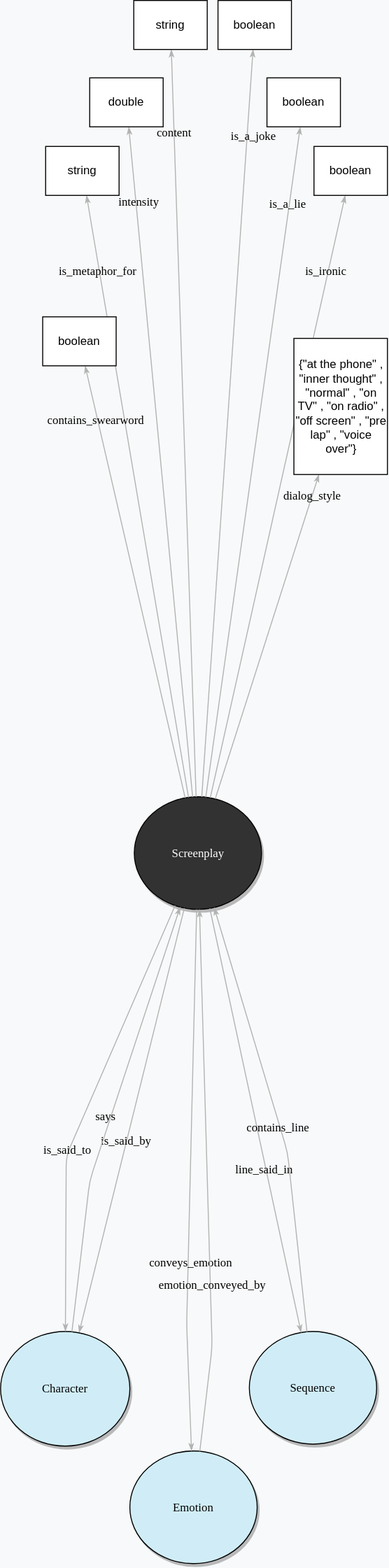
This is img/drawioscreenplay2.svg from Chantallengua/focal, a draw.io export, as it was before one commit. Source tidied: cells renumbered, new cells last; positions are measured from the earlier drawing's top-left corner, leaving out a move shared by most shapes. Source of this version:
```xml
<mxGraphModel background="#F8F9FA">
  <root>
    <mxCell id="0" />
    <mxCell id="1" parent="0" />
    <mxCell id="2" value="&lt;font color=&quot;#ffffff&quot;&gt;Screenplay&lt;/font&gt;" style="ellipse;whiteSpace=wrap;html=1;rounded=0;shadow=1;comic=0;labelBackgroundColor=none;strokeWidth=1;fontFamily=Verdana;fontSize=12;align=center;fillColor=#323232;" parent="1" vertex="1">
      <mxGeometry x="136.5" y="813" width="130" height="115" as="geometry" />
    </mxCell>
    <mxCell id="3" value="content" style="edgeStyle=none;rounded=1;html=1;labelBackgroundColor=none;startArrow=none;startFill=0;startSize=5;endArrow=classicThin;endFill=1;endSize=5;jettySize=auto;strokeColor=#B3B3B3;strokeWidth=1;fontFamily=Verdana;fontSize=12;" parent="1" edge="1" source="2" target="11">
      <mxGeometry x="0.78" relative="1" as="geometry" />
    </mxCell>
    <mxCell id="4" value="is_ironic" style="edgeStyle=none;rounded=1;html=1;labelBackgroundColor=none;startArrow=none;startFill=0;startSize=5;endArrow=classicThin;endFill=1;endSize=5;jettySize=auto;strokeColor=#B3B3B3;strokeWidth=1;fontFamily=Verdana;fontSize=12;" parent="1" edge="1" source="2" target="5">
      <mxGeometry x="0.74" y="2" relative="1" as="geometry" />
    </mxCell>
    <mxCell id="5" value="boolean" style="rounded=0;whiteSpace=wrap;html=1;" parent="1" vertex="1">
      <mxGeometry x="320" y="149" width="75" height="50" as="geometry" />
    </mxCell>
    <mxCell id="6" value="Emotion" style="ellipse;whiteSpace=wrap;html=1;rounded=0;shadow=1;comic=0;labelBackgroundColor=none;strokeWidth=1;fontFamily=Verdana;fontSize=12;align=center;fillColor=#D0EDF7;" parent="1" vertex="1">
      <mxGeometry x="132" y="1481" width="130" height="115" as="geometry" />
    </mxCell>
    <mxCell id="7" value="is_said_by" style="edgeStyle=none;rounded=1;html=1;labelBackgroundColor=none;startArrow=none;startFill=0;startSize=5;endArrow=classicThin;endFill=1;endSize=5;jettySize=auto;strokeColor=#B3B3B3;strokeWidth=1;fontFamily=Verdana;fontSize=12;" parent="1" edge="1" source="2" target="16">
      <mxGeometry x="0.1" relative="1" as="geometry" />
    </mxCell>
    <mxCell id="8" value="is_a_joke" style="edgeStyle=none;rounded=1;html=1;labelBackgroundColor=none;startArrow=none;startFill=0;startSize=5;endArrow=classicThin;endFill=1;endSize=5;jettySize=auto;strokeColor=#B3B3B3;strokeWidth=1;fontFamily=Verdana;fontSize=12;" parent="1" edge="1" source="2" target="12">
      <mxGeometry x="0.77" y="-6" relative="1" as="geometry">
        <mxPoint y="1" as="offset" />
      </mxGeometry>
    </mxCell>
    <mxCell id="9" value="is_a_lie" style="edgeStyle=none;rounded=1;html=1;labelBackgroundColor=none;startArrow=none;startFill=0;startSize=5;endArrow=classicThin;endFill=1;endSize=5;jettySize=auto;strokeColor=#B3B3B3;strokeWidth=1;fontFamily=Verdana;fontSize=12;" parent="1" edge="1" source="2" target="10">
      <mxGeometry x="0.77" y="2" relative="1" as="geometry" />
    </mxCell>
    <mxCell id="10" value="boolean" style="rounded=0;whiteSpace=wrap;html=1;" parent="1" vertex="1">
      <mxGeometry x="272" y="79" width="75" height="50" as="geometry" />
    </mxCell>
    <mxCell id="11" value="string" style="rounded=0;whiteSpace=wrap;html=1;" parent="1" vertex="1">
      <mxGeometry x="136" width="75" height="50" as="geometry" />
    </mxCell>
    <mxCell id="12" value="boolean" style="rounded=0;whiteSpace=wrap;html=1;" parent="1" vertex="1">
      <mxGeometry x="222" width="75" height="50" as="geometry" />
    </mxCell>
    <mxCell id="13" value="conveys_emotion" style="edgeStyle=none;rounded=1;html=1;labelBackgroundColor=none;startArrow=none;startFill=0;startSize=5;endArrow=classicThin;endFill=1;endSize=5;jettySize=auto;strokeColor=#B3B3B3;strokeWidth=1;fontFamily=Verdana;fontSize=12;" parent="1" edge="1" source="2" target="6">
      <mxGeometry x="0.3" y="2" relative="1" as="geometry">
        <Array as="points">
          <mxPoint x="190" y="1352" />
        </Array>
      </mxGeometry>
    </mxCell>
    <mxCell id="14" value="Sequence" style="ellipse;whiteSpace=wrap;html=1;rounded=0;shadow=1;comic=0;labelBackgroundColor=none;strokeWidth=1;fontFamily=Verdana;fontSize=12;align=center;fillColor=#D0EDF7;" parent="1" vertex="1">
      <mxGeometry x="254" y="1359" width="130" height="115" as="geometry" />
    </mxCell>
    <mxCell id="15" value="line_said_in" style="edgeStyle=none;rounded=1;html=1;labelBackgroundColor=none;startArrow=none;startFill=0;startSize=5;endArrow=classicThin;endFill=1;endSize=5;jettySize=auto;strokeColor=#B3B3B3;strokeWidth=1;fontFamily=Verdana;fontSize=12;" parent="1" edge="1" source="2" target="14">
      <mxGeometry x="0.24" y="-2" relative="1" as="geometry">
        <mxPoint y="-1" as="offset" />
      </mxGeometry>
    </mxCell>
    <mxCell id="16" value="Character" style="ellipse;whiteSpace=wrap;html=1;rounded=0;shadow=1;comic=0;labelBackgroundColor=none;strokeWidth=1;fontFamily=Verdana;fontSize=12;align=center;fillColor=#D0EDF7;" parent="1" vertex="1">
      <mxGeometry y="1359" width="132" height="117" as="geometry" />
    </mxCell>
    <mxCell id="17" value="intensity" style="edgeStyle=none;rounded=1;html=1;labelBackgroundColor=none;startArrow=none;startFill=0;startSize=5;endArrow=classicThin;endFill=1;endSize=5;jettySize=auto;strokeColor=#B3B3B3;strokeWidth=1;fontFamily=Verdana;fontSize=12;" parent="1" edge="1" source="2" target="18">
      <mxGeometry x="0.77" y="-3" relative="1" as="geometry" />
    </mxCell>
    <mxCell id="18" value="double" style="rounded=0;whiteSpace=wrap;html=1;" parent="1" vertex="1">
      <mxGeometry x="91" y="79" width="75" height="50" as="geometry" />
    </mxCell>
    <mxCell id="19" value="dialog_style" style="edgeStyle=none;rounded=1;html=1;labelBackgroundColor=none;startArrow=none;startFill=0;startSize=5;endArrow=classicThin;endFill=1;endSize=5;jettySize=auto;strokeColor=#B3B3B3;strokeWidth=1;fontFamily=Verdana;fontSize=12;" parent="1" edge="1" source="2" target="20">
      <mxGeometry x="0.87" relative="1" as="geometry" />
    </mxCell>
    <mxCell id="20" value="{&quot;at the phone&quot; , &quot;inner thought&quot; , &quot;normal&quot; , &quot;on TV&quot; , &quot;on radio&quot; , &quot;off screen&quot; , &quot;pre lap&quot; , &quot;voice over&quot;}" style="rounded=0;whiteSpace=wrap;html=1;" parent="1" vertex="1">
      <mxGeometry x="299.5" y="345" width="95.5" height="139" as="geometry" />
    </mxCell>
    <mxCell id="21" value="is_metaphor_for" style="edgeStyle=none;rounded=1;html=1;labelBackgroundColor=none;startArrow=none;startFill=0;startSize=5;endArrow=classicThin;endFill=1;endSize=5;jettySize=auto;strokeColor=#B3B3B3;strokeWidth=1;fontFamily=Verdana;fontSize=12;" parent="1" edge="1" source="2" target="22">
      <mxGeometry x="0.75" y="2" relative="1" as="geometry" />
    </mxCell>
    <mxCell id="22" value="string" style="rounded=0;whiteSpace=wrap;html=1;" parent="1" vertex="1">
      <mxGeometry x="46" y="149" width="75" height="50" as="geometry" />
    </mxCell>
    <mxCell id="23" value="emotion_conveyed_by" style="edgeStyle=none;rounded=1;html=1;labelBackgroundColor=none;startArrow=none;startFill=0;startSize=5;endArrow=classicThin;endFill=1;endSize=5;jettySize=auto;strokeColor=#B3B3B3;strokeWidth=1;fontFamily=Verdana;fontSize=12;" parent="1" edge="1" source="6" target="2">
      <mxGeometry x="-0.39" y="-2" relative="1" as="geometry">
        <Array as="points">
          <mxPoint x="216" y="1375" />
        </Array>
      </mxGeometry>
    </mxCell>
    <mxCell id="24" value="says" style="edgeStyle=none;rounded=1;html=1;labelBackgroundColor=none;startArrow=none;startFill=0;startSize=5;endArrow=classicThin;endFill=1;endSize=5;jettySize=auto;strokeColor=#B3B3B3;strokeWidth=1;fontFamily=Verdana;fontSize=12;" parent="1" edge="1" source="16" target="2">
      <mxGeometry x="-0.01" y="4" relative="1" as="geometry">
        <Array as="points">
          <mxPoint x="91" y="1205" />
        </Array>
        <mxPoint x="-1" as="offset" />
      </mxGeometry>
    </mxCell>
    <mxCell id="25" value="contains_line" style="edgeStyle=none;rounded=1;html=1;labelBackgroundColor=none;startArrow=none;startFill=0;startSize=5;endArrow=classicThin;endFill=1;endSize=5;jettySize=auto;strokeColor=#B3B3B3;strokeWidth=1;fontFamily=Verdana;fontSize=12;" parent="1" edge="1" source="14" target="2">
      <mxGeometry x="-0.05" y="2" relative="1" as="geometry">
        <Array as="points">
          <mxPoint x="293" y="1176" />
        </Array>
      </mxGeometry>
    </mxCell>
    <mxCell id="26" style="edgeStyle=orthogonalEdgeStyle;rounded=0;orthogonalLoop=1;jettySize=auto;html=1;exitX=0.5;exitY=1;exitDx=0;exitDy=0;fillColor=#FBE5EF;" parent="1" edge="1" source="10" target="10">
      <mxGeometry relative="1" as="geometry" />
    </mxCell>
    <mxCell id="27" value="is_said_to" style="edgeStyle=none;rounded=1;html=1;labelBackgroundColor=none;startArrow=none;startFill=0;startSize=5;endArrow=classicThin;endFill=1;endSize=5;jettySize=auto;strokeColor=#B3B3B3;strokeWidth=1;fontFamily=Verdana;fontSize=12;" parent="1" edge="1" source="2" target="16">
      <mxGeometry x="0.2" y="-1" relative="1" as="geometry">
        <Array as="points">
          <mxPoint x="67" y="1180" />
        </Array>
      </mxGeometry>
    </mxCell>
    <mxCell id="28" value="contains_swearword" style="edgeStyle=none;rounded=1;html=1;labelBackgroundColor=none;startArrow=none;startFill=0;startSize=5;endArrow=classicThin;endFill=1;endSize=5;jettySize=auto;strokeColor=#B3B3B3;strokeWidth=1;fontFamily=Verdana;fontSize=12;" parent="1" edge="1" source="2" target="29">
      <mxGeometry x="0.75" y="2" relative="1" as="geometry" />
    </mxCell>
    <mxCell id="29" value="boolean" style="rounded=0;whiteSpace=wrap;html=1;" parent="1" vertex="1">
      <mxGeometry x="43" y="323" width="75" height="50" as="geometry" />
    </mxCell>
  </root>
</mxGraphModel>
```
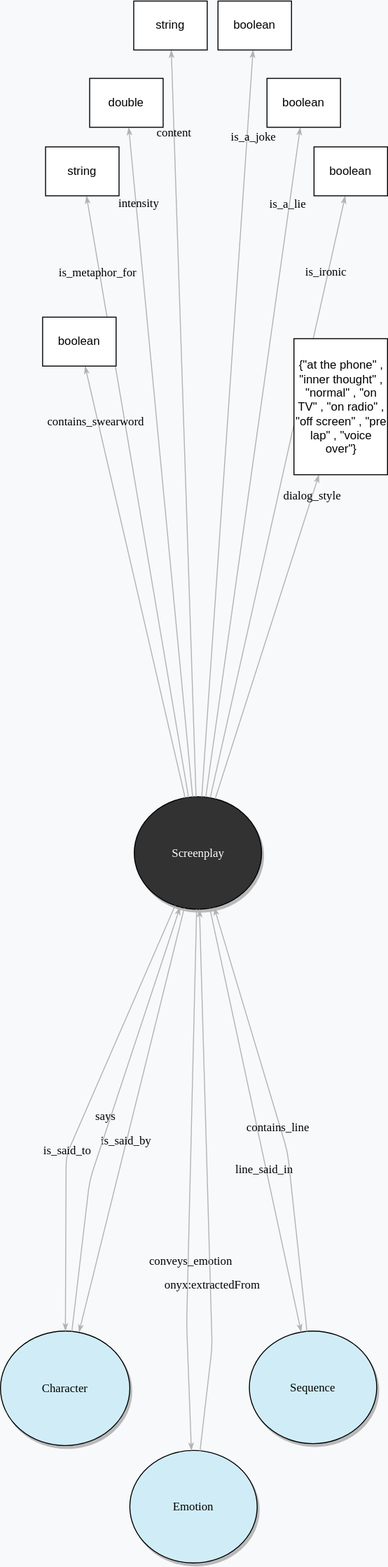
The same file after the commit.

What changed in the source:
```diff
@@ -73,7 +73,7 @@
     <mxCell id="22" value="string" style="rounded=0;whiteSpace=wrap;html=1;" parent="1" vertex="1">
       <mxGeometry x="46" y="149" width="75" height="50" as="geometry" />
     </mxCell>
-    <mxCell id="23" value="emotion_conveyed_by" style="edgeStyle=none;rounded=1;html=1;labelBackgroundColor=none;startArrow=none;startFill=0;startSize=5;endArrow=classicThin;endFill=1;endSize=5;jettySize=auto;strokeColor=#B3B3B3;strokeWidth=1;fontFamily=Verdana;fontSize=12;" parent="1" edge="1" source="6" target="2">
+    <mxCell id="23" value="onyx:extractedFrom" style="edgeStyle=none;rounded=1;html=1;labelBackgroundColor=none;startArrow=none;startFill=0;startSize=5;endArrow=classicThin;endFill=1;endSize=5;jettySize=auto;strokeColor=#B3B3B3;strokeWidth=1;fontFamily=Verdana;fontSize=12;" parent="1" edge="1" source="6" target="2">
       <mxGeometry x="-0.39" y="-2" relative="1" as="geometry">
         <Array as="points">
           <mxPoint x="216" y="1375" />
```
